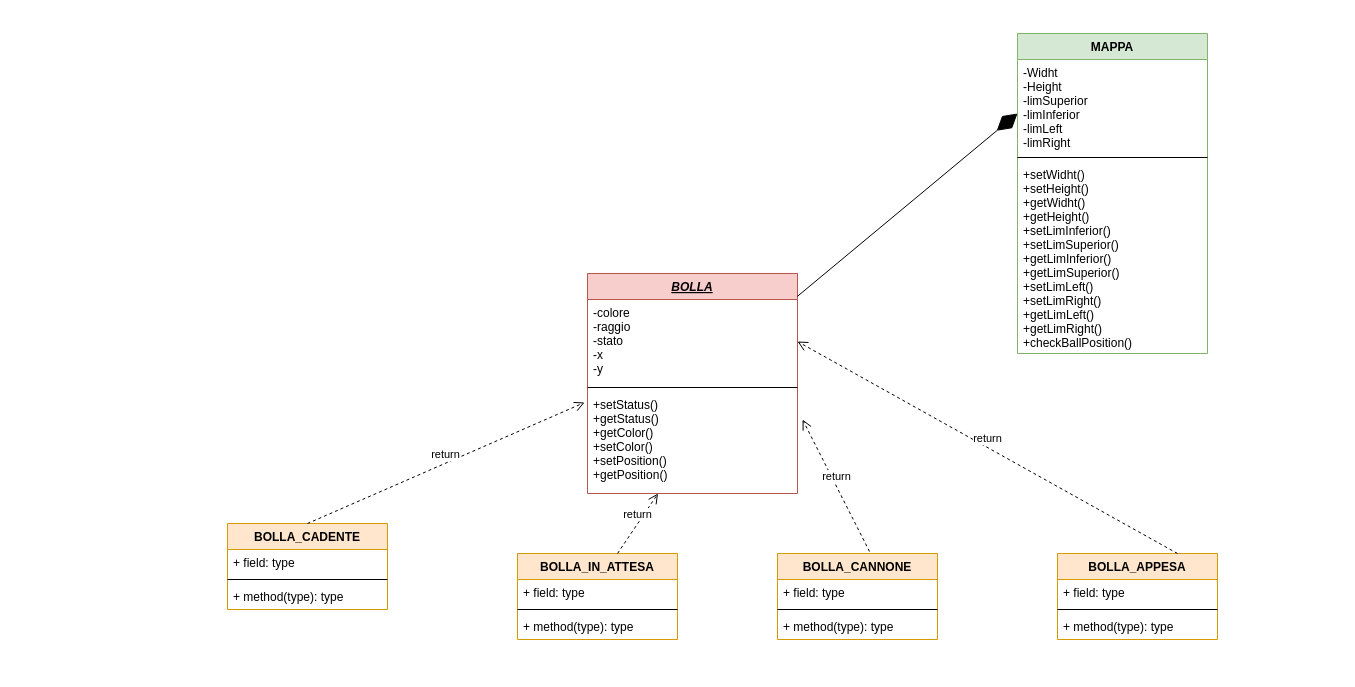
Earlier version of the draw.io diagram UML_SpaccaBolle.drawio (elisasimoni/SpaccaBolle). Source tidied: cells renumbered, new cells numbered last; positions are measured from the earlier drawing's top-left corner, leaving out a move shared by most shapes. Both pictures are drawn from the tidied source at 100%, with x=0, y=0 at pixel (227, 33).
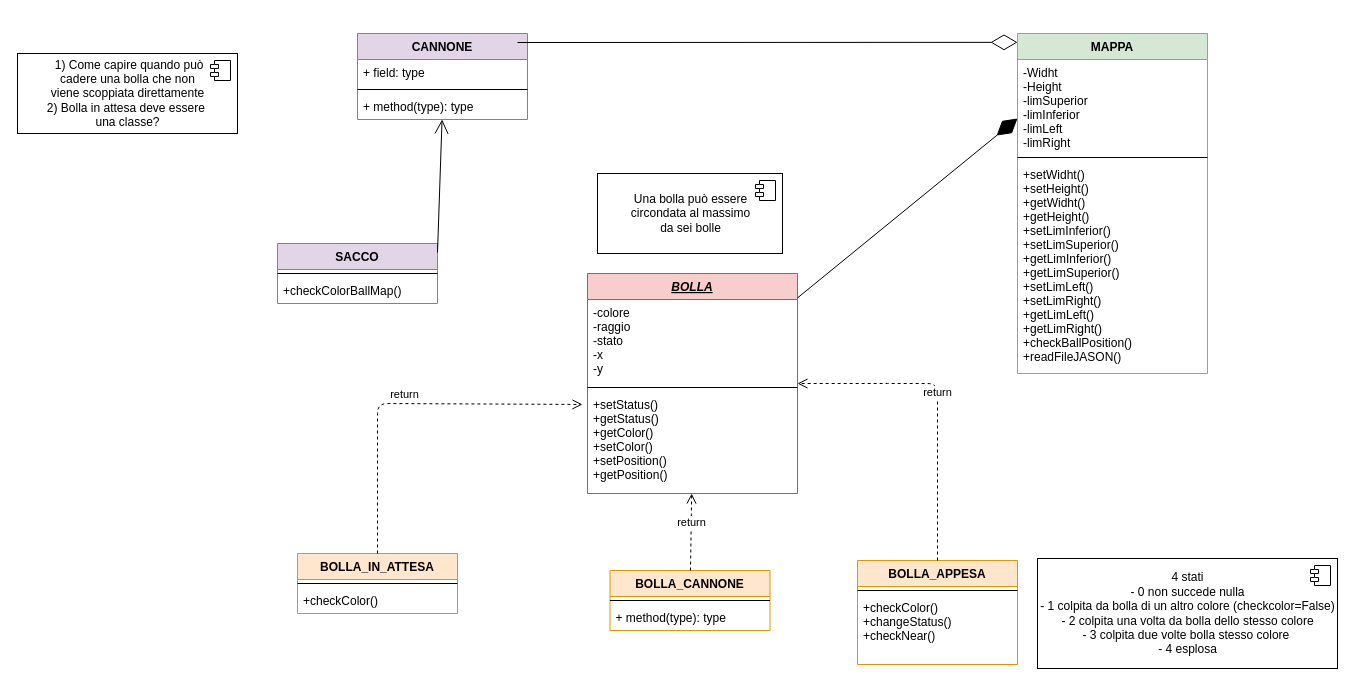
After the change.

Unchanged cells that the change refers to:
```xml
<mxCell id="2" value="BOLLA" style="swimlane;fontStyle=7;align=center;verticalAlign=top;horizontal=1;startSize=26;fillColor=#f8cecc;strokeColor=#b85450;" parent="1" vertex="1">
  <mxGeometry x="360" y="240" width="210" height="220" as="geometry" />
</mxCell>
<mxCell id="3" value="-colore&#10;-raggio&#10;-stato&#10;-x&#10;-y" style="text;strokeColor=none;fillColor=none;align=left;verticalAlign=top;spacingLeft=4;spacingRight=4;overflow=hidden;points=[[0,0.5],[1,0.5]];portConstraint=eastwest;" parent="2" vertex="1">
  <mxGeometry y="26" width="210" height="84" as="geometry" />
</mxCell>
<mxCell id="5" value="+setStatus()&#10;+getStatus()&#10;+getColor()&#10;+setColor()&#10;+setPosition()&#10;+getPosition()&#10;" style="text;strokeColor=none;fillColor=none;align=left;verticalAlign=top;spacingLeft=4;spacingRight=4;overflow=hidden;points=[[0,0.5],[1,0.5]];portConstraint=eastwest;" parent="2" vertex="1">
  <mxGeometry y="118" width="210" height="102" as="geometry" />
</mxCell>
```

The edit, as a diff of the source:
```diff
@@
     <mxCell id="6" value="BOLLA_IN_ATTESA" style="swimlane;fontStyle=1;align=center;verticalAlign=top;horizontal=1;startSize=26;fillColor=#ffe6cc;strokeColor=#d79b00;" parent="1" vertex="1">
-      <mxGeometry x="290" y="520" width="160" height="86" as="geometry" />
+      <mxGeometry x="70" y="520" width="160" height="60" as="geometry" />
     </mxCell>
-    <mxCell id="7" value="return" style="html=1;verticalAlign=bottom;endArrow=open;dashed=1;endSize=8;" parent="6" edge="1" target="5">
-      <mxGeometry relative="1" as="geometry">
-        <mxPoint x="100" as="sourcePoint" />
-      </mxGeometry>
-    </mxCell>
-    <mxCell id="8" value="+ field: type" style="text;strokeColor=none;fillColor=none;align=left;verticalAlign=top;spacingLeft=4;spacingRight=4;overflow=hidden;" parent="6" vertex="1">
-      <mxGeometry y="26" width="160" height="26" as="geometry" />
-    </mxCell>
     <mxCell id="9" style="line;strokeWidth=1;fillColor=none;align=left;verticalAlign=middle;spacingTop=-1;spacingLeft=3;spacingRight=3;labelPosition=right;" parent="6" vertex="1">
-      <mxGeometry y="52" width="160" height="8" as="geometry" />
+      <mxGeometry y="26" width="160" height="8" as="geometry" />
     </mxCell>
-    <mxCell id="10" value="+ method(type): type" style="text;strokeColor=none;fillColor=none;align=left;verticalAlign=top;spacingLeft=4;spacingRight=4;overflow=hidden;" parent="6" vertex="1">
-      <mxGeometry y="60" width="160" height="26" as="geometry" />
+    <mxCell id="10" value="+checkColor()&#10;" style="text;strokeColor=none;fillColor=none;align=left;verticalAlign=top;spacingLeft=4;spacingRight=4;overflow=hidden;" parent="6" vertex="1">
+      <mxGeometry y="34" width="160" height="26" as="geometry" />
     </mxCell>
-    <mxCell id="11" value="BOLLA_CADENTE" style="swimlane;fontStyle=1;align=center;verticalAlign=top;horizontal=1;startSize=26;fillColor=#ffe6cc;strokeColor=#d79b00;" parent="1" vertex="1">
-      <mxGeometry y="490" width="160" height="86" as="geometry" />
-    </mxCell>
-    <mxCell id="12" value="+ field: type" style="text;strokeColor=none;fillColor=none;align=left;verticalAlign=top;spacingLeft=4;spacingRight=4;overflow=hidden;" parent="11" vertex="1">
-      <mxGeometry y="26" width="160" height="26" as="geometry" />
-    </mxCell>
-    <mxCell id="13" style="line;strokeWidth=1;fillColor=none;align=left;verticalAlign=middle;spacingTop=-1;spacingLeft=3;spacingRight=3;labelPosition=right;" parent="11" vertex="1">
-      <mxGeometry y="52" width="160" height="8" as="geometry" />
-    </mxCell>
-    <mxCell id="14" value="+ method(type): type" style="text;strokeColor=none;fillColor=none;align=left;verticalAlign=top;spacingLeft=4;spacingRight=4;overflow=hidden;points=[[0,0.5],[1,0.5]];portConstraint=eastwest;" parent="11" vertex="1">
-      <mxGeometry y="60" width="160" height="26" as="geometry" />
-    </mxCell>
     <mxCell id="15" value="BOLLA_CANNONE" style="swimlane;fontStyle=1;align=center;verticalAlign=top;horizontal=1;startSize=26;fillColor=#ffe6cc;strokeColor=#d79b00;" parent="1" vertex="1">
-      <mxGeometry x="550" y="520" width="160" height="86" as="geometry" />
+      <mxGeometry x="382.5" y="537" width="160" height="60" as="geometry" />
     </mxCell>
-    <mxCell id="16" value="+ field: type" style="text;strokeColor=none;fillColor=none;align=left;verticalAlign=top;spacingLeft=4;spacingRight=4;overflow=hidden;" parent="15" vertex="1">
-      <mxGeometry y="26" width="160" height="26" as="geometry" />
-    </mxCell>
     <mxCell id="17" style="line;strokeWidth=1;fillColor=none;align=left;verticalAlign=middle;spacingTop=-1;spacingLeft=3;spacingRight=3;labelPosition=right;" parent="15" vertex="1">
-      <mxGeometry y="52" width="160" height="8" as="geometry" />
+      <mxGeometry y="26" width="160" height="8" as="geometry" />
     </mxCell>
     <mxCell id="18" value="+ method(type): type" style="text;strokeColor=none;fillColor=none;align=left;verticalAlign=top;spacingLeft=4;spacingRight=4;overflow=hidden;" parent="15" vertex="1">
-      <mxGeometry y="60" width="160" height="26" as="geometry" />
+      <mxGeometry y="34" width="160" height="26" as="geometry" />
     </mxCell>
     <mxCell id="19" value="BOLLA_APPESA" style="swimlane;fontStyle=1;align=center;verticalAlign=top;horizontal=1;startSize=26;fillColor=#ffe6cc;strokeColor=#d79b00;" parent="1" vertex="1">
-      <mxGeometry x="830" y="520" width="160" height="86" as="geometry" />
+      <mxGeometry x="630" y="527" width="160" height="104" as="geometry" />
     </mxCell>
-    <mxCell id="20" value="return" style="html=1;verticalAlign=bottom;endArrow=open;dashed=1;endSize=8;entryX=1;entryY=0.5;entryDx=0;entryDy=0;" parent="19" edge="1" target="3">
-      <mxGeometry relative="1" as="geometry">
-        <mxPoint x="120" as="sourcePoint" />
-      </mxGeometry>
-    </mxCell>
-    <mxCell id="21" value="+ field: type" style="text;strokeColor=none;fillColor=none;align=left;verticalAlign=top;spacingLeft=4;spacingRight=4;overflow=hidden;" parent="19" vertex="1">
-      <mxGeometry y="26" width="160" height="26" as="geometry" />
-    </mxCell>
     <mxCell id="22" style="line;strokeWidth=1;fillColor=none;align=left;verticalAlign=middle;spacingTop=-1;spacingLeft=3;spacingRight=3;labelPosition=right;" parent="19" vertex="1">
-      <mxGeometry y="52" width="160" height="8" as="geometry" />
+      <mxGeometry y="26" width="160" height="8" as="geometry" />
     </mxCell>
-    <mxCell id="23" value="+ method(type): type" style="text;strokeColor=none;fillColor=none;align=left;verticalAlign=top;spacingLeft=4;spacingRight=4;overflow=hidden;" parent="19" vertex="1">
-      <mxGeometry y="60" width="160" height="26" as="geometry" />
+    <mxCell id="23" value="+checkColor()&#10;+changeStatus()&#10;+checkNear()&#10;" style="text;strokeColor=none;fillColor=none;align=left;verticalAlign=top;spacingLeft=4;spacingRight=4;overflow=hidden;" parent="19" vertex="1">
+      <mxGeometry y="34" width="160" height="70" as="geometry" />
     </mxCell>
-    <mxCell id="24" value="return" style="html=1;verticalAlign=bottom;endArrow=open;dashed=1;endSize=8;entryX=-0.014;entryY=0.108;entryDx=0;entryDy=0;entryPerimeter=0;exitX=0.5;exitY=0;exitDx=0;exitDy=0;" parent="1" edge="1" source="11" target="5">
-      <mxGeometry relative="1" as="geometry" />
-    </mxCell>
-    <mxCell id="25" value="return" style="html=1;verticalAlign=bottom;endArrow=open;dashed=1;endSize=8;entryX=1.024;entryY=0.275;entryDx=0;entryDy=0;entryPerimeter=0;exitX=0.575;exitY=-0.023;exitDx=0;exitDy=0;exitPerimeter=0;" parent="1" edge="1" source="15" target="5">
+    <mxCell id="25" value="return" style="html=1;verticalAlign=bottom;endArrow=open;dashed=1;endSize=8;" parent="1" edge="1" source="15" target="5">
       <mxGeometry relative="1" as="geometry" />
     </mxCell>
     <mxCell id="26" value="MAPPA" style="swimlane;fontStyle=1;align=center;verticalAlign=top;horizontal=1;startSize=26;fillColor=#d5e8d4;strokeColor=#82b366;" parent="1" vertex="1">
-      <mxGeometry x="790" width="190" height="320" as="geometry" />
+      <mxGeometry x="790" width="190" height="340" as="geometry" />
     </mxCell>
@@
-    <mxCell id="29" value="+setWidht()&#10;+setHeight()&#10;+getWidht()&#10;+getHeight()&#10;+setLimInferior()&#10;+setLimSuperior()&#10;+getLimInferior()&#10;+getLimSuperior()&#10;+setLimLeft()&#10;+setLimRight()&#10;+getLimLeft()&#10;+getLimRight()&#10;+checkBallPosition()&#10;&#10;&#10;" style="text;strokeColor=none;fillColor=none;align=left;verticalAlign=top;spacingLeft=4;spacingRight=4;overflow=hidden;" parent="26" vertex="1">
-      <mxGeometry y="128" width="190" height="192" as="geometry" />
+    <mxCell id="29" value="+setWidht()&#10;+setHeight()&#10;+getWidht()&#10;+getHeight()&#10;+setLimInferior()&#10;+setLimSuperior()&#10;+getLimInferior()&#10;+getLimSuperior()&#10;+setLimLeft()&#10;+setLimRight()&#10;+getLimLeft()&#10;+getLimRight()&#10;+checkBallPosition()&#10;+readFileJASON()&#10;&#10;" style="text;strokeColor=none;fillColor=none;align=left;verticalAlign=top;spacingLeft=4;spacingRight=4;overflow=hidden;" parent="26" vertex="1">
+      <mxGeometry y="128" width="190" height="212" as="geometry" />
     </mxCell>
@@
+    <mxCell id="31" value="4 stati&lt;br&gt;- 0 non succede nulla&lt;br&gt;- 1 colpita da bolla di un altro colore (checkcolor=False)&lt;br&gt;- 2 colpita una volta da bolla dello stesso colore&lt;br&gt;- 3 colpita due volte bolla stesso colore&amp;nbsp;&lt;br&gt;- 4 esplosa" style="html=1;" parent="1" vertex="1">
+      <mxGeometry x="810" y="525" width="300" height="110" as="geometry" />
+    </mxCell>
+    <mxCell id="32" style="shape=module;jettyWidth=8;jettyHeight=4;" parent="31" vertex="1">
+      <mxGeometry x="1" width="20" height="20" relative="1" as="geometry">
+        <mxPoint x="-27" y="7" as="offset" />
+      </mxGeometry>
+    </mxCell>
+    <mxCell id="20" value="return" style="html=1;verticalAlign=bottom;endArrow=open;dashed=1;endSize=8;exitX=0.5;exitY=0;exitDx=0;exitDy=0;" parent="1" edge="1" source="19" target="2">
+      <mxGeometry relative="1" as="geometry">
+        <Array as="points">
+          <mxPoint x="710" y="350" />
+          <mxPoint x="650" y="350" />
+        </Array>
+      </mxGeometry>
+    </mxCell>
+    <mxCell id="33" value="Una bolla può essere &lt;br&gt;circondata al massimo &lt;br&gt;da sei bolle" style="html=1;" parent="1" vertex="1">
+      <mxGeometry x="370" y="140" width="185" height="80" as="geometry" />
+    </mxCell>
+    <mxCell id="34" style="shape=module;jettyWidth=8;jettyHeight=4;" parent="33" vertex="1">
+      <mxGeometry x="1" width="20" height="20" relative="1" as="geometry">
+        <mxPoint x="-27" y="7" as="offset" />
+      </mxGeometry>
+    </mxCell>
+    <mxCell id="35" value="CANNONE" style="swimlane;fontStyle=1;align=center;verticalAlign=top;horizontal=1;startSize=26;fillColor=#e1d5e7;strokeColor=#9673a6;" parent="1" vertex="1">
+      <mxGeometry x="130" width="170" height="86" as="geometry" />
+    </mxCell>
+    <mxCell id="36" style="endArrow=diamondThin;endFill=0;endSize=24;html=1;entryX=0;entryY=0.026;entryDx=0;entryDy=0;entryPerimeter=0;" parent="35" edge="1" target="26">
+      <mxGeometry relative="1" as="geometry">
+        <mxPoint x="160" y="9" as="sourcePoint" />
+      </mxGeometry>
+    </mxCell>
+    <mxCell id="37" value="+ field: type" style="text;strokeColor=none;fillColor=none;align=left;verticalAlign=top;spacingLeft=4;spacingRight=4;overflow=hidden;" parent="35" vertex="1">
+      <mxGeometry y="26" width="170" height="26" as="geometry" />
+    </mxCell>
+    <mxCell id="38" style="line;strokeWidth=1;fillColor=none;align=left;verticalAlign=middle;spacingTop=-1;spacingLeft=3;spacingRight=3;labelPosition=right;" parent="35" vertex="1">
+      <mxGeometry y="52" width="170" height="8" as="geometry" />
+    </mxCell>
+    <mxCell id="14" value="+ method(type): type" style="text;strokeColor=none;fillColor=none;align=left;verticalAlign=top;spacingLeft=4;spacingRight=4;overflow=hidden;points=[[0,0.5],[1,0.5]];portConstraint=eastwest;" parent="35" vertex="1">
+      <mxGeometry y="60" width="170" height="26" as="geometry" />
+    </mxCell>
+    <mxCell id="39" value="SACCO" style="swimlane;fontStyle=1;align=center;verticalAlign=top;horizontal=1;startSize=26;fillColor=#e1d5e7;strokeColor=#9673a6;" parent="1" vertex="1">
+      <mxGeometry x="50" y="210" width="160" height="60" as="geometry" />
+    </mxCell>
+    <mxCell id="40" style="endArrow=open;endFill=1;endSize=12;html=1;" parent="39" edge="1" target="14">
+      <mxGeometry relative="1" as="geometry">
+        <mxPoint x="160" y="9" as="sourcePoint" />
+      </mxGeometry>
+    </mxCell>
+    <mxCell id="41" style="line;strokeWidth=1;fillColor=none;align=left;verticalAlign=middle;spacingTop=-1;spacingLeft=3;spacingRight=3;labelPosition=right;" parent="39" vertex="1">
+      <mxGeometry y="26" width="160" height="8" as="geometry" />
+    </mxCell>
+    <mxCell id="42" value="+checkColorBallMap() &#10;&#10;" style="text;strokeColor=none;fillColor=none;align=left;verticalAlign=top;spacingLeft=4;spacingRight=4;overflow=hidden;" parent="39" vertex="1">
+      <mxGeometry y="34" width="160" height="26" as="geometry" />
+    </mxCell>
+    <mxCell id="7" value="return" style="html=1;verticalAlign=bottom;endArrow=open;dashed=1;endSize=8;entryX=-0.024;entryY=0.127;entryDx=0;entryDy=0;entryPerimeter=0;" parent="1" edge="1" source="6" target="5">
+      <mxGeometry relative="1" as="geometry">
+        <Array as="points">
+          <mxPoint x="150" y="370" />
+        </Array>
+      </mxGeometry>
+    </mxCell>
+    <mxCell id="43" value="&amp;nbsp;1) Come capire quando può &lt;br&gt;cadere una bolla che non &lt;br&gt;viene scoppiata direttamente&lt;br&gt;2) Bolla in attesa deve essere&amp;nbsp;&lt;br&gt;una classe?" style="html=1;" parent="1" vertex="1">
+      <mxGeometry x="-210" y="20" width="220" height="80" as="geometry" />
+    </mxCell>
+    <mxCell id="44" style="shape=module;jettyWidth=8;jettyHeight=4;" parent="43" vertex="1">
+      <mxGeometry x="1" width="20" height="20" relative="1" as="geometry">
+        <mxPoint x="-27" y="7" as="offset" />
+      </mxGeometry>
+    </mxCell>
```
